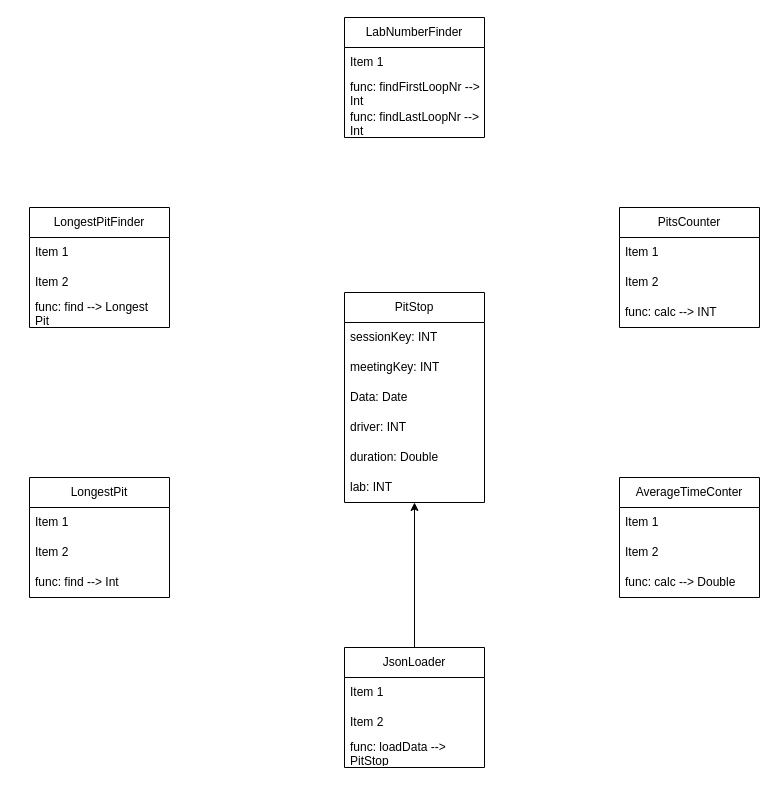
Above: ArchEND.drawio in zajackrzysztof00/mwo-sample-project (draw.io), before the change. Source tidied: cells renumbered, new cells numbered last; positions are measured from the earlier drawing's top-left corner, leaving out a move shared by most shapes. Both pictures are drawn from the tidied source at 100%, with x=0, y=0 at pixel (29, 17).
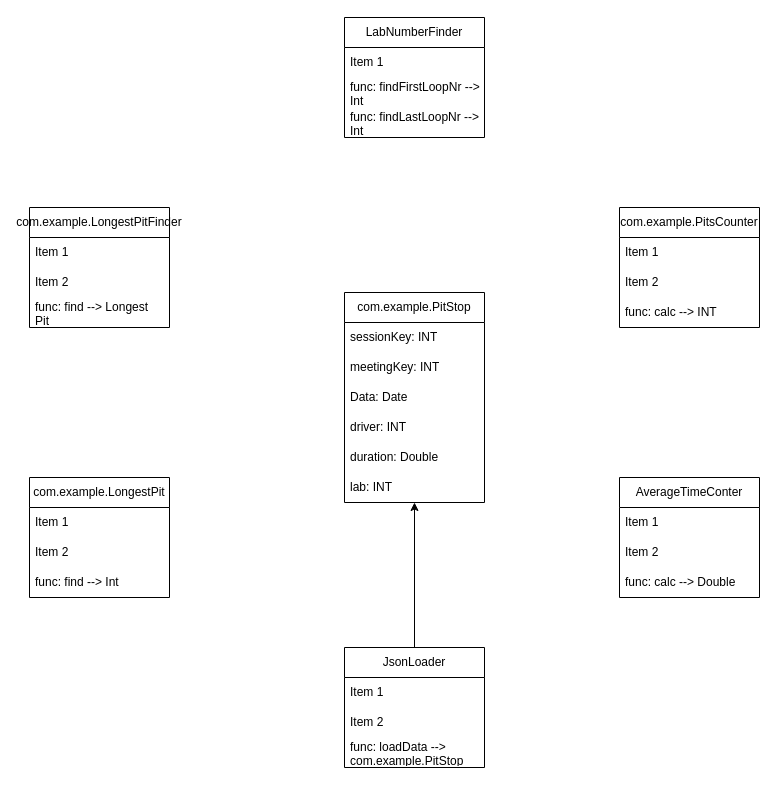
The same page after the edit.

The change refers to these unchanged cells:
```xml
<mxCell id="10" value="JsonLoader" style="swimlane;fontStyle=0;horizontal=1;startSize=30;whiteSpace=wrap;html=1;" parent="1" vertex="1">
  <mxGeometry x="315" y="630" width="140" height="120" as="geometry" />
</mxCell>
```

Change to the diagram source:
```diff
@@
-    <mxCell id="2" value="PitStop" style="swimlane;fontStyle=0;horizontal=1;startSize=30;whiteSpace=wrap;html=1;" parent="1" vertex="1">
+    <mxCell id="2" value="com.example.PitStop" style="swimlane;fontStyle=0;horizontal=1;startSize=30;whiteSpace=wrap;html=1;" parent="1" vertex="1">
       <mxGeometry x="315" y="275" width="140" height="210" as="geometry" />
     </mxCell>
@@
-    <mxCell id="13" value="func: loadData --&amp;gt; PitStop" style="text;strokeColor=none;fillColor=none;align=left;verticalAlign=middle;spacingLeft=4;spacingRight=4;overflow=hidden;whiteSpace=wrap;html=1;" parent="10" vertex="1">
+    <mxCell id="13" value="func: loadData --&amp;gt; com.example.PitStop" style="text;strokeColor=none;fillColor=none;align=left;verticalAlign=middle;spacingLeft=4;spacingRight=4;overflow=hidden;whiteSpace=wrap;html=1;" parent="10" vertex="1">
       <mxGeometry y="90" width="140" height="30" as="geometry" />
     </mxCell>
-    <mxCell id="14" value="PitsCounter" style="swimlane;fontStyle=0;horizontal=1;startSize=30;whiteSpace=wrap;html=1;" parent="1" vertex="1">
+    <mxCell id="14" value="com.example.PitsCounter" style="swimlane;fontStyle=0;horizontal=1;startSize=30;whiteSpace=wrap;html=1;" parent="1" vertex="1">
       <mxGeometry x="590" y="190" width="140" height="120" as="geometry" />
     </mxCell>
@@
-    <mxCell id="18" value="LongestPitFinder" style="swimlane;fontStyle=0;horizontal=1;startSize=30;whiteSpace=wrap;html=1;" parent="1" vertex="1">
+    <mxCell id="18" value="com.example.LongestPitFinder" style="swimlane;fontStyle=0;horizontal=1;startSize=30;whiteSpace=wrap;html=1;" parent="1" vertex="1">
       <mxGeometry y="190" width="140" height="120" as="geometry" />
     </mxCell>
@@
-    <mxCell id="22" value="LongestPit" style="swimlane;fontStyle=0;horizontal=1;startSize=30;whiteSpace=wrap;html=1;" parent="1" vertex="1">
+    <mxCell id="22" value="com.example.LongestPit" style="swimlane;fontStyle=0;horizontal=1;startSize=30;whiteSpace=wrap;html=1;" parent="1" vertex="1">
       <mxGeometry y="460" width="140" height="120" as="geometry" />
     </mxCell>
```
